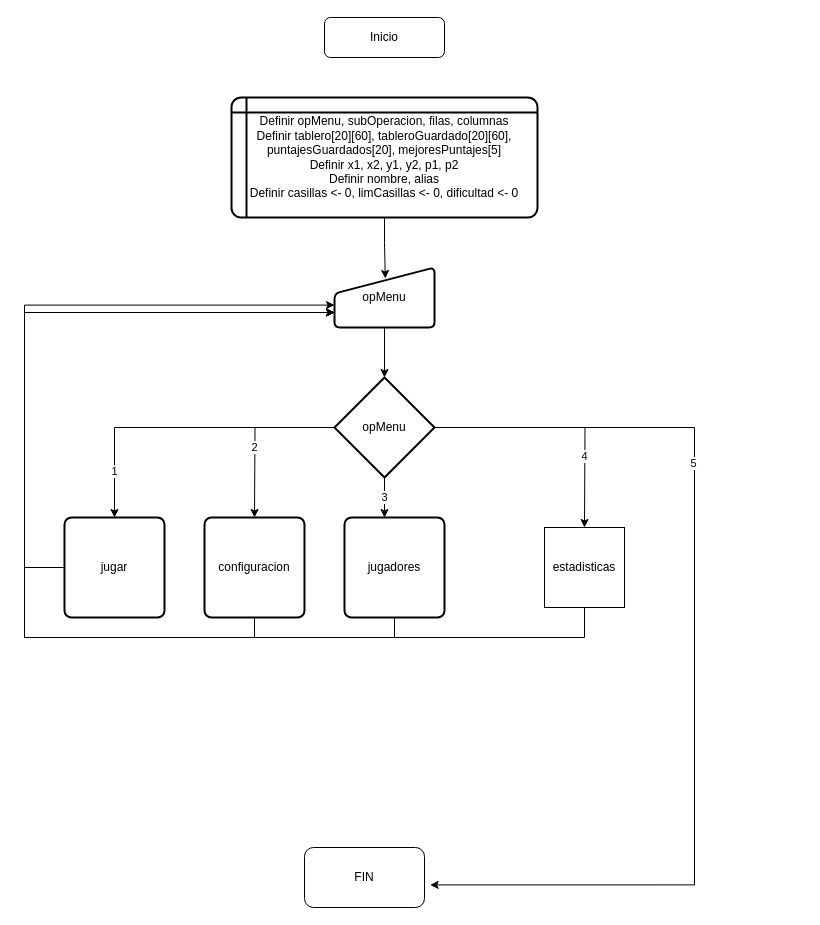
This is intro-programacion/entrega1/Inicio.drawio from miguelgonrod/Universidad, a draw.io file, before an edit. Source tidied: cells renumbered, new cells numbered last; positions are measured from the earlier drawing's top-left corner, leaving out a move shared by most shapes. Both pictures are drawn from the tidied source at 100%, with x=0, y=0 at pixel (24, 17).
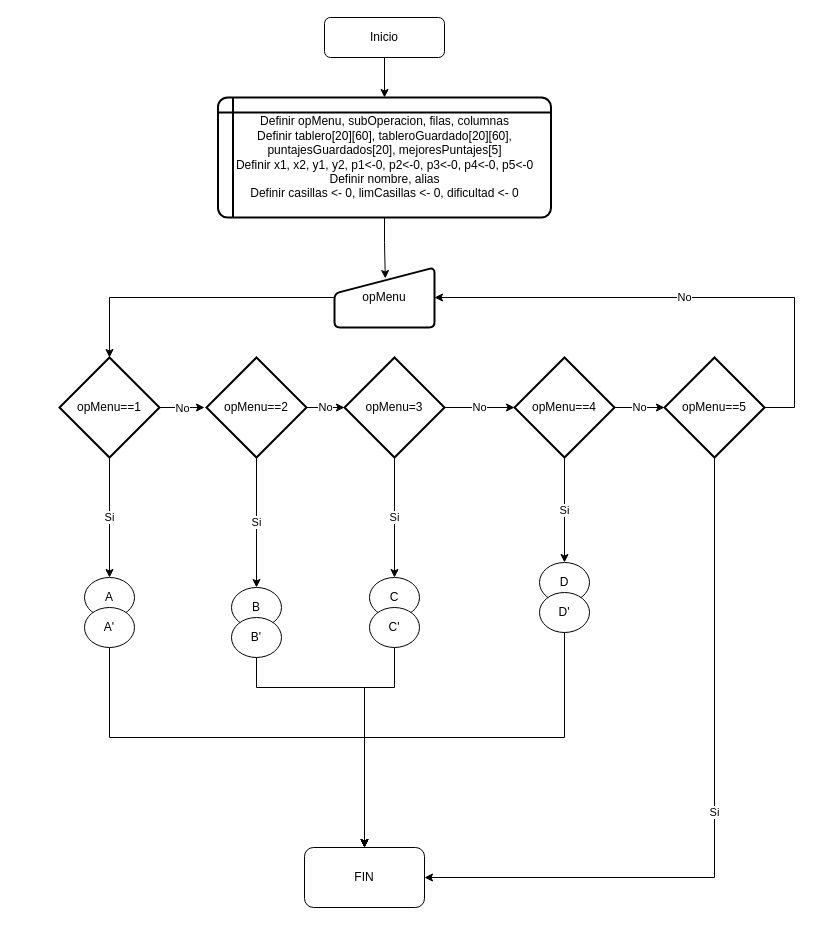
The same page after the edit.

The change refers to these unchanged cells:
```xml
<mxCell id="2" value="Inicio" style="rounded=1;whiteSpace=wrap;html=1;fontSize=12;glass=0;strokeWidth=1;shadow=0;" parent="1" vertex="1">
  <mxGeometry x="300" width="120" height="40" as="geometry" />
</mxCell>
<mxCell id="6" value="opMenu" style="html=1;strokeWidth=2;shape=manualInput;whiteSpace=wrap;rounded=1;size=26;arcSize=11;" parent="1" vertex="1">
  <mxGeometry x="310" y="250" width="100" height="60" as="geometry" />
</mxCell>
<mxCell id="20" value="FIN" style="rounded=1;whiteSpace=wrap;html=1;" parent="1" vertex="1">
  <mxGeometry x="280" y="830" width="120" height="60" as="geometry" />
</mxCell>
```

What changed in the source:
```diff
@@
+    <mxCell id="23" style="edgeStyle=orthogonalEdgeStyle;rounded=0;jettySize=auto;html=1;entryX=0.5;entryY=0;entryDx=0;entryDy=0;" parent="1" edge="1" source="2" target="4">
+      <mxGeometry relative="1" as="geometry" />
+    </mxCell>
@@
-    <mxCell id="4" value="Definir opMenu, subOperacion, filas, columnas&lt;br&gt;Definir tablero[20][60], tableroGuardado[20][60], puntajesGuardados[20], mejoresPuntajes[5]&lt;br&gt;Definir x1, x2, y1, y2, p1, p2&lt;br&gt;Definir nombre, alias&lt;br&gt;Definir casillas &amp;lt;- 0, limCasillas &amp;lt;- 0, dificultad &amp;lt;- 0" style="shape=internalStorage;whiteSpace=wrap;html=1;dx=15;dy=15;rounded=1;arcSize=8;strokeWidth=2;" parent="1" vertex="1">
-      <mxGeometry x="207" y="80" width="306" height="120" as="geometry" />
+    <mxCell id="4" value="Definir opMenu, subOperacion, filas, columnas&lt;br&gt;Definir tablero[20][60], tableroGuardado[20][60], puntajesGuardados[20], mejoresPuntajes[5]&lt;br&gt;Definir x1, x2, y1, y2, p1&amp;lt;-0, p2&amp;lt;-0, p3&amp;lt;-0, p4&amp;lt;-0, p5&amp;lt;-0&lt;br&gt;Definir nombre, alias&lt;br&gt;Definir casillas &amp;lt;- 0, limCasillas &amp;lt;- 0, dificultad &amp;lt;- 0" style="shape=internalStorage;whiteSpace=wrap;html=1;dx=15;dy=15;rounded=1;arcSize=8;strokeWidth=2;" parent="1" vertex="1">
+      <mxGeometry x="193.5" y="80" width="333" height="120" as="geometry" />
     </mxCell>
@@
-    <mxCell id="7" value="1" style="edgeStyle=orthogonalEdgeStyle;rounded=0;jettySize=auto;html=1;exitX=0;exitY=0.5;exitDx=0;exitDy=0;exitPerimeter=0;entryX=0.5;entryY=0;entryDx=0;entryDy=0;" parent="1" edge="1" source="13" target="15">
-      <mxGeometry x="0.7" relative="1" as="geometry">
-        <Array as="points">
-          <mxPoint x="90" y="410" />
-        </Array>
-      </mxGeometry>
-    </mxCell>
-    <mxCell id="8" value="2" style="edgeStyle=orthogonalEdgeStyle;rounded=0;jettySize=auto;html=1;exitX=0;exitY=0.5;exitDx=0;exitDy=0;exitPerimeter=0;" parent="1" edge="1" source="13">
-      <mxGeometry x="0.18" relative="1" as="geometry">
-        <mxPoint x="230" y="500" as="targetPoint" />
-      </mxGeometry>
-    </mxCell>
-    <mxCell id="9" value="3" style="edgeStyle=orthogonalEdgeStyle;rounded=0;jettySize=auto;html=1;exitX=0.5;exitY=1;exitDx=0;exitDy=0;exitPerimeter=0;" parent="1" edge="1" source="13">
-      <mxGeometry relative="1" as="geometry">
-        <mxPoint x="360" y="500" as="targetPoint" />
-      </mxGeometry>
-    </mxCell>
-    <mxCell id="10" value="4" style="edgeStyle=orthogonalEdgeStyle;rounded=0;jettySize=auto;html=1;exitX=1;exitY=0.5;exitDx=0;exitDy=0;exitPerimeter=0;" parent="1" edge="1" source="13">
-      <mxGeometry x="0.44" relative="1" as="geometry">
-        <mxPoint x="560" y="510" as="targetPoint" />
-      </mxGeometry>
-    </mxCell>
-    <mxCell id="11" style="edgeStyle=orthogonalEdgeStyle;rounded=0;jettySize=auto;html=1;exitX=1;exitY=0.5;exitDx=0;exitDy=0;exitPerimeter=0;entryX=1.047;entryY=0.623;entryDx=0;entryDy=0;entryPerimeter=0;" parent="1" edge="1" source="13" target="20">
-      <mxGeometry relative="1" as="geometry">
-        <Array as="points">
-          <mxPoint x="670" y="410" />
-          <mxPoint x="670" y="867" />
-        </Array>
-      </mxGeometry>
-    </mxCell>
-    <mxCell id="12" value="5" style="edgeLabel;html=1;align=center;verticalAlign=middle;" parent="11" vertex="1">
-      <mxGeometry x="-0.4" y="-2" relative="1" as="geometry" />
-    </mxCell>
+    <mxCell id="24" value="Si" style="edgeStyle=orthogonalEdgeStyle;rounded=0;jettySize=auto;html=1;entryX=0.5;entryY=0;entryDx=0;entryDy=0;" parent="1" edge="1" source="13" target="26">
+      <mxGeometry relative="1" as="geometry" />
+    </mxCell>
+    <mxCell id="25" value="No" style="edgeStyle=orthogonalEdgeStyle;rounded=0;jettySize=auto;html=1;" parent="1" edge="1" source="13">
+      <mxGeometry relative="1" as="geometry">
+        <mxPoint x="180" y="390" as="targetPoint" />
+      </mxGeometry>
+    </mxCell>
-    <mxCell id="13" value="opMenu" style="strokeWidth=2;html=1;shape=mxgraph.flowchart.decision;whiteSpace=wrap;" parent="1" vertex="1">
-      <mxGeometry x="310" y="360" width="100" height="100" as="geometry" />
+    <mxCell id="13" value="opMenu==1" style="strokeWidth=2;html=1;shape=mxgraph.flowchart.decision;whiteSpace=wrap;" parent="1" vertex="1">
+      <mxGeometry x="35" y="340" width="100" height="100" as="geometry" />
     </mxCell>
-    <mxCell id="14" style="edgeStyle=orthogonalEdgeStyle;rounded=0;jettySize=auto;html=1;entryX=0;entryY=0.75;entryDx=0;entryDy=0;" parent="1" edge="1" source="15" target="6">
-      <mxGeometry relative="1" as="geometry">
-        <Array as="points">
-          <mxPoint y="550" />
-          <mxPoint y="295" />
-        </Array>
-      </mxGeometry>
-    </mxCell>
-    <mxCell id="15" value="jugar" style="rounded=1;whiteSpace=wrap;html=1;absoluteArcSize=1;arcSize=14;strokeWidth=2;" parent="1" vertex="1">
-      <mxGeometry x="40" y="500" width="100" height="100" as="geometry" />
-    </mxCell>
-    <mxCell id="16" style="edgeStyle=orthogonalEdgeStyle;rounded=0;jettySize=auto;html=1;exitX=0.5;exitY=1;exitDx=0;exitDy=0;" parent="1" edge="1" source="17">
-      <mxGeometry relative="1" as="geometry">
-        <mxPoint x="310" y="287.6" as="targetPoint" />
-        <Array as="points">
-          <mxPoint x="230" y="620" />
-          <mxPoint y="620" />
-          <mxPoint y="288" />
-        </Array>
-      </mxGeometry>
-    </mxCell>
-    <mxCell id="17" value="configuracion" style="rounded=1;whiteSpace=wrap;html=1;absoluteArcSize=1;arcSize=14;strokeWidth=2;" parent="1" vertex="1">
-      <mxGeometry x="180" y="500" width="100" height="100" as="geometry" />
-    </mxCell>
-    <mxCell id="18" style="edgeStyle=orthogonalEdgeStyle;rounded=0;jettySize=auto;html=1;exitX=0.5;exitY=1;exitDx=0;exitDy=0;entryX=0;entryY=0.75;entryDx=0;entryDy=0;" parent="1" edge="1" source="19" target="6">
-      <mxGeometry relative="1" as="geometry">
-        <Array as="points">
-          <mxPoint x="370" y="620" />
-          <mxPoint y="620" />
-          <mxPoint y="295" />
-        </Array>
-      </mxGeometry>
-    </mxCell>
-    <mxCell id="19" value="jugadores" style="rounded=1;whiteSpace=wrap;html=1;absoluteArcSize=1;arcSize=14;strokeWidth=2;" parent="1" vertex="1">
-      <mxGeometry x="320" y="500" width="100" height="100" as="geometry" />
-    </mxCell>
@@
-    <mxCell id="21" style="edgeStyle=orthogonalEdgeStyle;rounded=0;jettySize=auto;html=1;exitX=0.5;exitY=1;exitDx=0;exitDy=0;entryX=0;entryY=0.75;entryDx=0;entryDy=0;" parent="1" edge="1" source="22" target="6">
-      <mxGeometry relative="1" as="geometry">
-        <Array as="points">
-          <mxPoint x="560" y="620" />
-          <mxPoint y="620" />
-          <mxPoint y="295" />
-        </Array>
-      </mxGeometry>
-    </mxCell>
-    <mxCell id="22" value="estadisticas" style="whiteSpace=wrap;html=1;" parent="1" vertex="1">
-      <mxGeometry x="520" y="510" width="80" height="80" as="geometry" />
-    </mxCell>
+    <mxCell id="26" value="A" style="ellipse;whiteSpace=wrap;html=1;" parent="1" vertex="1">
+      <mxGeometry x="60" y="560" width="50" height="40" as="geometry" />
+    </mxCell>
+    <mxCell id="27" style="edgeStyle=orthogonalEdgeStyle;rounded=0;jettySize=auto;html=1;entryX=0.5;entryY=0;entryDx=0;entryDy=0;" parent="1" edge="1" source="28" target="20">
+      <mxGeometry relative="1" as="geometry">
+        <Array as="points">
+          <mxPoint x="85" y="720" />
+          <mxPoint x="340" y="720" />
+        </Array>
+      </mxGeometry>
+    </mxCell>
+    <mxCell id="28" value="A'" style="ellipse;whiteSpace=wrap;html=1;" parent="1" vertex="1">
+      <mxGeometry x="60" y="590" width="50" height="40" as="geometry" />
+    </mxCell>
+    <mxCell id="29" value="B" style="ellipse;whiteSpace=wrap;html=1;" parent="1" vertex="1">
+      <mxGeometry x="207" y="570" width="50" height="40" as="geometry" />
+    </mxCell>
+    <mxCell id="30" style="edgeStyle=orthogonalEdgeStyle;rounded=0;jettySize=auto;html=1;" parent="1" edge="1" source="31">
+      <mxGeometry relative="1" as="geometry">
+        <mxPoint x="340" y="830" as="targetPoint" />
+        <Array as="points">
+          <mxPoint x="232" y="670" />
+          <mxPoint x="340" y="670" />
+        </Array>
+      </mxGeometry>
+    </mxCell>
+    <mxCell id="31" value="B'" style="ellipse;whiteSpace=wrap;html=1;" parent="1" vertex="1">
+      <mxGeometry x="207" y="600" width="50" height="40" as="geometry" />
+    </mxCell>
+    <mxCell id="32" value="C" style="ellipse;whiteSpace=wrap;html=1;" parent="1" vertex="1">
+      <mxGeometry x="345" y="560" width="50" height="40" as="geometry" />
+    </mxCell>
+    <mxCell id="33" style="edgeStyle=orthogonalEdgeStyle;rounded=0;jettySize=auto;html=1;" parent="1" edge="1" source="34">
+      <mxGeometry relative="1" as="geometry">
+        <mxPoint x="340" y="830" as="targetPoint" />
+        <Array as="points">
+          <mxPoint x="370" y="670" />
+          <mxPoint x="340" y="670" />
+        </Array>
+      </mxGeometry>
+    </mxCell>
+    <mxCell id="34" value="C'" style="ellipse;whiteSpace=wrap;html=1;" parent="1" vertex="1">
+      <mxGeometry x="345" y="590" width="50" height="40" as="geometry" />
+    </mxCell>
+    <mxCell id="35" value="D" style="ellipse;whiteSpace=wrap;html=1;" parent="1" vertex="1">
+      <mxGeometry x="515" y="545" width="50" height="40" as="geometry" />
+    </mxCell>
+    <mxCell id="36" style="edgeStyle=orthogonalEdgeStyle;rounded=0;jettySize=auto;html=1;" parent="1" edge="1" source="37">
+      <mxGeometry relative="1" as="geometry">
+        <mxPoint x="340" y="830" as="targetPoint" />
+        <Array as="points">
+          <mxPoint x="540" y="720" />
+          <mxPoint x="340" y="720" />
+        </Array>
+      </mxGeometry>
+    </mxCell>
+    <mxCell id="37" value="D'" style="ellipse;whiteSpace=wrap;html=1;" parent="1" vertex="1">
+      <mxGeometry x="515" y="575" width="50" height="40" as="geometry" />
+    </mxCell>
+    <mxCell id="38" value="Si" style="edgeStyle=orthogonalEdgeStyle;rounded=0;jettySize=auto;html=1;entryX=0.5;entryY=0;entryDx=0;entryDy=0;" parent="1" edge="1" source="40" target="29">
+      <mxGeometry relative="1" as="geometry" />
+    </mxCell>
+    <mxCell id="39" value="No" style="edgeStyle=orthogonalEdgeStyle;rounded=0;jettySize=auto;html=1;entryX=0;entryY=0.5;entryDx=0;entryDy=0;entryPerimeter=0;" parent="1" edge="1" source="40" target="43">
+      <mxGeometry relative="1" as="geometry" />
+    </mxCell>
+    <mxCell id="40" value="opMenu==2" style="strokeWidth=2;html=1;shape=mxgraph.flowchart.decision;whiteSpace=wrap;" parent="1" vertex="1">
+      <mxGeometry x="182" y="340" width="100" height="100" as="geometry" />
+    </mxCell>
+    <mxCell id="41" value="Si" style="edgeStyle=orthogonalEdgeStyle;rounded=0;jettySize=auto;html=1;" parent="1" edge="1" source="43" target="32">
+      <mxGeometry relative="1" as="geometry" />
+    </mxCell>
+    <mxCell id="42" value="No" style="edgeStyle=orthogonalEdgeStyle;rounded=0;jettySize=auto;html=1;entryX=0;entryY=0.5;entryDx=0;entryDy=0;entryPerimeter=0;" parent="1" edge="1" source="43" target="46">
+      <mxGeometry relative="1" as="geometry" />
+    </mxCell>
+    <mxCell id="43" value="opMenu=3" style="strokeWidth=2;html=1;shape=mxgraph.flowchart.decision;whiteSpace=wrap;" parent="1" vertex="1">
+      <mxGeometry x="320" y="340" width="100" height="100" as="geometry" />
+    </mxCell>
+    <mxCell id="44" value="Si" style="edgeStyle=orthogonalEdgeStyle;rounded=0;jettySize=auto;html=1;entryX=0.5;entryY=0;entryDx=0;entryDy=0;" parent="1" edge="1" source="46" target="35">
+      <mxGeometry relative="1" as="geometry" />
+    </mxCell>
+    <mxCell id="45" value="No" style="edgeStyle=orthogonalEdgeStyle;rounded=0;jettySize=auto;html=1;entryX=0;entryY=0.5;entryDx=0;entryDy=0;entryPerimeter=0;" parent="1" edge="1" source="46" target="49">
+      <mxGeometry relative="1" as="geometry" />
+    </mxCell>
+    <mxCell id="46" value="opMenu==4" style="strokeWidth=2;html=1;shape=mxgraph.flowchart.decision;whiteSpace=wrap;" parent="1" vertex="1">
+      <mxGeometry x="490" y="340" width="100" height="100" as="geometry" />
+    </mxCell>
+    <mxCell id="47" value="Si" style="edgeStyle=orthogonalEdgeStyle;rounded=0;jettySize=auto;html=1;entryX=1;entryY=0.5;entryDx=0;entryDy=0;" parent="1" edge="1" source="49" target="20">
+      <mxGeometry relative="1" as="geometry">
+        <Array as="points">
+          <mxPoint x="690" y="860" />
+        </Array>
+      </mxGeometry>
+    </mxCell>
+    <mxCell id="48" value="No" style="edgeStyle=orthogonalEdgeStyle;rounded=0;jettySize=auto;html=1;entryX=1;entryY=0.5;entryDx=0;entryDy=0;" parent="1" edge="1" source="49" target="6">
+      <mxGeometry relative="1" as="geometry">
+        <Array as="points">
+          <mxPoint x="770" y="390" />
+          <mxPoint x="770" y="280" />
+        </Array>
+      </mxGeometry>
+    </mxCell>
+    <mxCell id="49" value="opMenu==5" style="strokeWidth=2;html=1;shape=mxgraph.flowchart.decision;whiteSpace=wrap;" parent="1" vertex="1">
+      <mxGeometry x="640" y="340" width="100" height="100" as="geometry" />
+    </mxCell>
```
